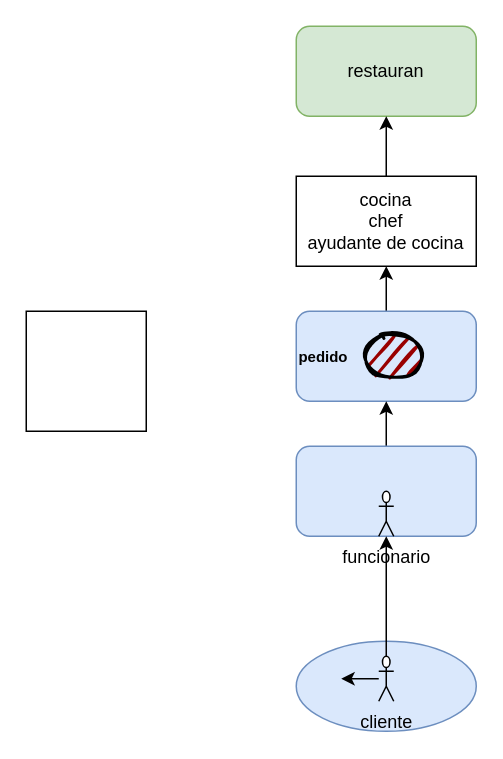
Earlier version of the draw.io diagram Diagrama sin título.drawio (1972jgcg/clese-de-github). Source tidied: cells renumbered, new cells numbered last; positions are measured from the earlier drawing's top-left corner, leaving out a move shared by most shapes. Both pictures are drawn from the tidied source at 150%, with x=0, y=0 at pixel (26, 26).
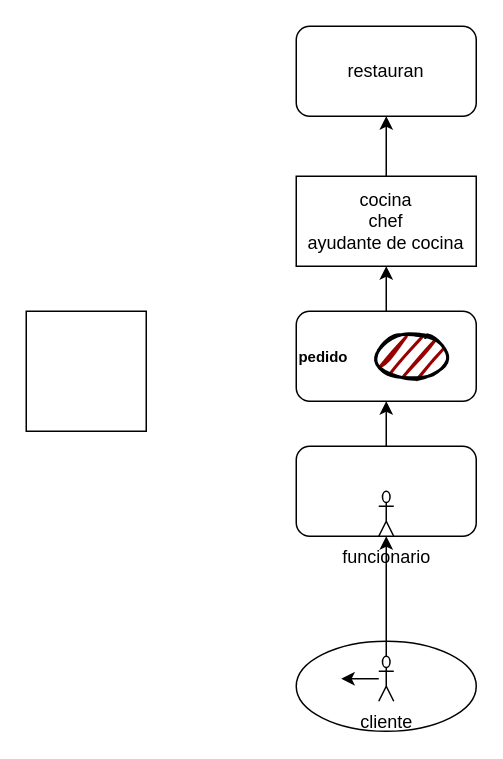
The same page after the edit.

Diff of the diagram source:
```diff
@@
 <mxGraphModel>
   <root>
     <mxCell id="0" />
     <mxCell id="1" parent="0" />
-    <mxCell id="2" style="whiteSpace=wrap;html=1;" parent="1" vertex="1">
+    <mxCell id="2" style="whiteSpace=wrap;html=1;labelBackgroundColor=none;" parent="1" vertex="1">
       <mxGeometry y="190" width="80" height="80" as="geometry" />
     </mxCell>
-    <mxCell id="3" value="restauran" style="rounded=1;whiteSpace=wrap;html=1;fillColor=#d5e8d4;strokeColor=#82b366;" parent="1" vertex="1">
+    <mxCell id="3" value="restauran" style="rounded=1;whiteSpace=wrap;html=1;labelBackgroundColor=none;" parent="1" vertex="1">
       <mxGeometry x="180" width="120" height="60" as="geometry" />
     </mxCell>
-    <mxCell id="4" style="edgeStyle=orthogonalEdgeStyle;rounded=0;jettySize=auto;html=1;" parent="1" edge="1" source="5" target="9">
+    <mxCell id="4" style="edgeStyle=orthogonalEdgeStyle;rounded=0;jettySize=auto;html=1;labelBackgroundColor=none;fontColor=default;" parent="1" edge="1" source="5" target="9">
       <mxGeometry relative="1" as="geometry" />
     </mxCell>
-    <mxCell id="5" value="&lt;h5&gt;pedido&lt;/h5&gt;" style="rounded=1;whiteSpace=wrap;html=1;fillColor=#dae8fc;strokeColor=#6c8ebf;align=left;" parent="1" vertex="1">
+    <mxCell id="5" value="&lt;h5&gt;pedido&lt;/h5&gt;" style="rounded=1;whiteSpace=wrap;html=1;align=left;labelBackgroundColor=none;" parent="1" vertex="1">
       <mxGeometry x="180" y="190" width="120" height="60" as="geometry" />
     </mxCell>
-    <mxCell id="6" style="edgeStyle=orthogonalEdgeStyle;rounded=0;jettySize=auto;html=1;" parent="1" edge="1" source="7" target="5">
+    <mxCell id="6" style="edgeStyle=orthogonalEdgeStyle;rounded=0;jettySize=auto;html=1;labelBackgroundColor=none;fontColor=default;" parent="1" edge="1" source="7" target="5">
       <mxGeometry relative="1" as="geometry" />
     </mxCell>
-    <mxCell id="7" style="rounded=1;whiteSpace=wrap;html=1;fillColor=#dae8fc;strokeColor=#6c8ebf;" parent="1" vertex="1">
+    <mxCell id="7" style="rounded=1;whiteSpace=wrap;html=1;labelBackgroundColor=none;" parent="1" vertex="1">
       <mxGeometry x="180" y="280" width="120" height="60" as="geometry" />
     </mxCell>
-    <mxCell id="8" style="edgeStyle=orthogonalEdgeStyle;rounded=0;jettySize=auto;html=1;" parent="1" edge="1" source="9" target="3">
+    <mxCell id="8" style="edgeStyle=orthogonalEdgeStyle;rounded=0;jettySize=auto;html=1;labelBackgroundColor=none;fontColor=default;" parent="1" edge="1" source="9" target="3">
       <mxGeometry relative="1" as="geometry" />
     </mxCell>
-    <mxCell id="9" value="cocina&lt;br&gt;chef&lt;br&gt;ayudante de cocina" style="whiteSpace=wrap;html=1;" parent="1" vertex="1">
+    <mxCell id="9" value="cocina&lt;br&gt;chef&lt;br&gt;ayudante de cocina" style="whiteSpace=wrap;html=1;labelBackgroundColor=none;" parent="1" vertex="1">
       <mxGeometry x="180" y="100" width="120" height="60" as="geometry" />
     </mxCell>
-    <mxCell id="10" style="whiteSpace=wrap;html=1;shape=ellipse;perimeter=ellipsePerimeter;fillColor=#dae8fc;strokeColor=#6c8ebf;rounded=1;" parent="1" vertex="1">
+    <mxCell id="10" style="whiteSpace=wrap;html=1;shape=ellipse;perimeter=ellipsePerimeter;rounded=1;labelBackgroundColor=none;" parent="1" vertex="1">
       <mxGeometry x="180" y="410" width="120" height="60" as="geometry" />
     </mxCell>
-    <mxCell id="11" style="edgeStyle=orthogonalEdgeStyle;rounded=0;jettySize=auto;html=1;" parent="1" edge="1" source="13">
+    <mxCell id="11" style="edgeStyle=orthogonalEdgeStyle;rounded=0;jettySize=auto;html=1;labelBackgroundColor=none;fontColor=default;" parent="1" edge="1" source="13">
       <mxGeometry relative="1" as="geometry">
         <mxPoint x="210" y="435" as="targetPoint" />
       </mxGeometry>
     </mxCell>
-    <mxCell id="12" style="edgeStyle=orthogonalEdgeStyle;rounded=0;jettySize=auto;html=1;" parent="1" edge="1" source="13" target="14">
+    <mxCell id="12" style="edgeStyle=orthogonalEdgeStyle;rounded=0;jettySize=auto;html=1;labelBackgroundColor=none;fontColor=default;" parent="1" edge="1" source="13" target="14">
       <mxGeometry relative="1" as="geometry" />
     </mxCell>
-    <mxCell id="13" value="cliente" style="shape=umlActor;verticalLabelPosition=bottom;verticalAlign=top;html=1;outlineConnect=0;" parent="1" vertex="1">
+    <mxCell id="13" value="cliente" style="shape=umlActor;verticalLabelPosition=bottom;verticalAlign=top;html=1;outlineConnect=0;labelBackgroundColor=none;" parent="1" vertex="1">
       <mxGeometry x="235" y="420" width="10" height="30" as="geometry" />
     </mxCell>
-    <mxCell id="14" value="funcionario" style="shape=umlActor;verticalLabelPosition=bottom;verticalAlign=top;html=1;outlineConnect=0;" parent="1" vertex="1">
+    <mxCell id="14" value="funcionario" style="shape=umlActor;verticalLabelPosition=bottom;verticalAlign=top;html=1;outlineConnect=0;labelBackgroundColor=none;" parent="1" vertex="1">
       <mxGeometry x="235" y="310" width="10" height="30" as="geometry" />
     </mxCell>
-    <mxCell id="15" style="ellipse;whiteSpace=wrap;html=1;strokeWidth=2;fillWeight=2;hachureGap=8;fillColor=#990000;fillStyle=dots;sketch=1;align=left;" parent="1" vertex="1">
-      <mxGeometry x="225" y="205" width="40" height="30" as="geometry" />
-    </mxCell>
+    <mxCell id="16" style="ellipse;whiteSpace=wrap;html=1;strokeWidth=2;fillWeight=2;hachureGap=8;fillColor=#990000;fillStyle=dots;sketch=1;" parent="1" vertex="1">
+      <mxGeometry x="232" y="205" width="50" height="30" as="geometry" />
+    </mxCell>
   </root>
 </mxGraphModel>
```
